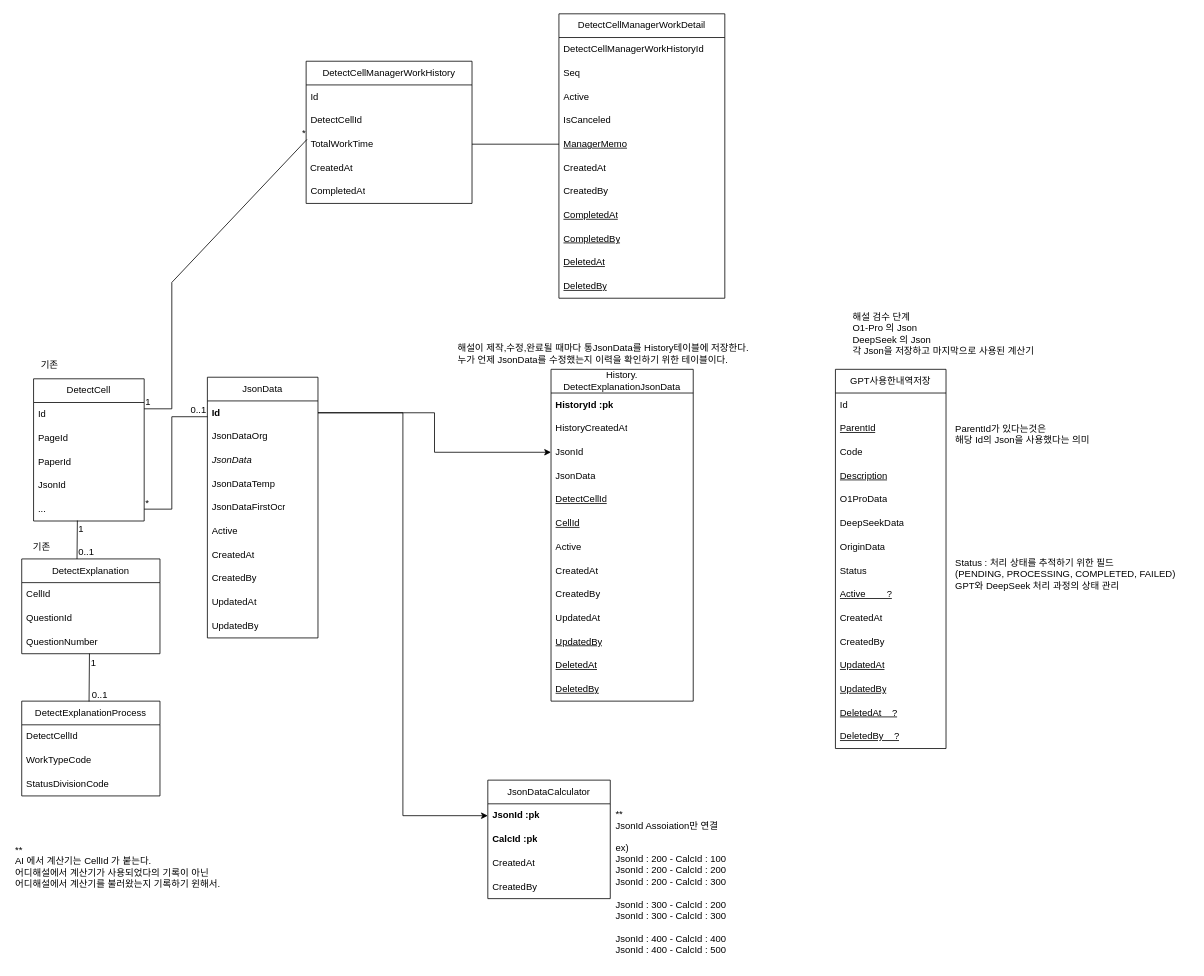
hyeonzx/Explanation_Calculator keeps this draw.io diagram as 해설계산기.drawio. Above is the earlier version. Source tidied: cells renumbered, new cells numbered last; positions are measured from the earlier drawing's top-left corner, leaving out a move shared by most shapes. Both pictures are drawn from the tidied source at 79%, with x=0, y=0 at pixel (13, 13).
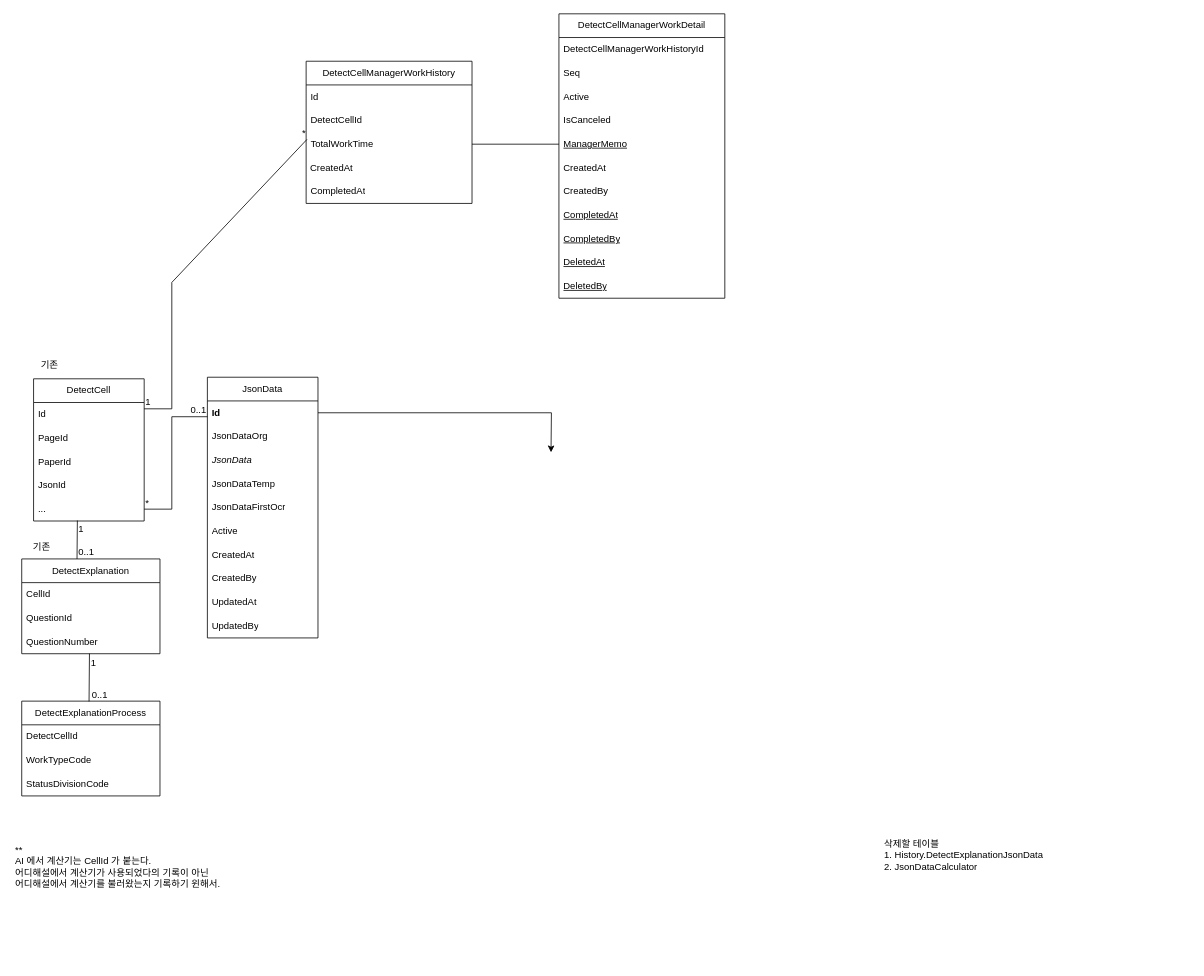
The same page after the edit.

Commit message:
해설작업현황표

Unchanged cells that the change refers to:
```xml
<mxCell id="8" value="&lt;b&gt;Id&lt;/b&gt;" style="text;strokeColor=none;fillColor=none;align=left;verticalAlign=middle;spacingLeft=4;spacingRight=4;overflow=hidden;points=[[0,0.5],[1,0.5]];portConstraint=eastwest;whiteSpace=wrap;html=1;" parent="7" vertex="1">
  <mxGeometry y="30" width="140" height="30" as="geometry" />
</mxCell>
```

The edit, as a diff of the source:
```diff
@@
-    <mxCell id="2" value="JsonDataCalculator" style="swimlane;fontStyle=0;horizontal=1;startSize=30;whiteSpace=wrap;html=1;" parent="1" vertex="1">
-      <mxGeometry x="600" y="970" width="155" height="150" as="geometry" />
-    </mxCell>
-    <mxCell id="3" value="&lt;b&gt;JsonId :pk&lt;/b&gt;" style="text;strokeColor=none;fillColor=none;align=left;verticalAlign=middle;spacingLeft=4;spacingRight=4;overflow=hidden;points=[[0,0.5],[1,0.5]];portConstraint=eastwest;whiteSpace=wrap;html=1;" parent="2" vertex="1">
-      <mxGeometry y="30" width="155" height="30" as="geometry" />
-    </mxCell>
-    <mxCell id="4" value="&lt;b&gt;CalcId :pk&lt;/b&gt;" style="text;strokeColor=none;fillColor=none;align=left;verticalAlign=middle;spacingLeft=4;spacingRight=4;overflow=hidden;whiteSpace=wrap;html=1;" parent="2" vertex="1">
-      <mxGeometry y="60" width="155" height="30" as="geometry" />
-    </mxCell>
-    <mxCell id="5" value="CreatedAt" style="text;strokeColor=none;fillColor=none;align=left;verticalAlign=middle;spacingLeft=4;spacingRight=4;overflow=hidden;whiteSpace=wrap;html=1;" parent="2" vertex="1">
-      <mxGeometry y="90" width="155" height="30" as="geometry" />
-    </mxCell>
-    <mxCell id="6" value="CreatedBy" style="text;strokeColor=none;fillColor=none;align=left;verticalAlign=middle;spacingLeft=4;spacingRight=4;overflow=hidden;whiteSpace=wrap;html=1;" parent="2" vertex="1">
-      <mxGeometry y="120" width="155" height="30" as="geometry" />
-    </mxCell>
@@
-    <mxCell id="24" value="History.&lt;div&gt;DetectExplanationJsonData&lt;/div&gt;" style="swimlane;fontStyle=0;horizontal=1;startSize=30;whiteSpace=wrap;html=1;" parent="1" vertex="1">
-      <mxGeometry x="680" y="450" width="180" height="420" as="geometry" />
-    </mxCell>
-    <mxCell id="25" value="&lt;b&gt;HistoryId :pk&lt;/b&gt;" style="text;strokeColor=none;fillColor=none;align=left;verticalAlign=middle;spacingLeft=4;spacingRight=4;overflow=hidden;whiteSpace=wrap;html=1;" parent="24" vertex="1">
-      <mxGeometry y="30" width="180" height="30" as="geometry" />
-    </mxCell>
-    <mxCell id="26" value="HistoryCreatedAt" style="text;strokeColor=none;fillColor=none;align=left;verticalAlign=middle;spacingLeft=4;spacingRight=4;overflow=hidden;whiteSpace=wrap;html=1;" parent="24" vertex="1">
-      <mxGeometry y="60" width="180" height="30" as="geometry" />
-    </mxCell>
-    <mxCell id="27" value="JsonId" style="text;strokeColor=none;fillColor=none;align=left;verticalAlign=middle;spacingLeft=4;spacingRight=4;overflow=hidden;points=[[0,0.5],[1,0.5]];portConstraint=eastwest;whiteSpace=wrap;html=1;" parent="24" vertex="1">
-      <mxGeometry y="90" width="180" height="30" as="geometry" />
-    </mxCell>
-    <mxCell id="28" value="JsonData" style="text;strokeColor=none;fillColor=none;align=left;verticalAlign=middle;spacingLeft=4;spacingRight=4;overflow=hidden;whiteSpace=wrap;html=1;" parent="24" vertex="1">
-      <mxGeometry y="120" width="180" height="30" as="geometry" />
-    </mxCell>
-    <mxCell id="29" value="&lt;u&gt;DetectCellId&lt;/u&gt;" style="text;strokeColor=none;fillColor=none;align=left;verticalAlign=middle;spacingLeft=4;spacingRight=4;overflow=hidden;whiteSpace=wrap;html=1;" parent="24" vertex="1">
-      <mxGeometry y="150" width="180" height="30" as="geometry" />
-    </mxCell>
-    <mxCell id="30" value="&lt;u&gt;CellId&lt;/u&gt;" style="text;strokeColor=none;fillColor=none;align=left;verticalAlign=middle;spacingLeft=4;spacingRight=4;overflow=hidden;whiteSpace=wrap;html=1;" parent="24" vertex="1">
-      <mxGeometry y="180" width="180" height="30" as="geometry" />
-    </mxCell>
-    <mxCell id="31" value="Active" style="text;strokeColor=none;fillColor=none;align=left;verticalAlign=middle;spacingLeft=4;spacingRight=4;overflow=hidden;whiteSpace=wrap;html=1;" parent="24" vertex="1">
-      <mxGeometry y="210" width="180" height="30" as="geometry" />
-    </mxCell>
-    <mxCell id="32" value="CreatedAt" style="text;strokeColor=none;fillColor=none;align=left;verticalAlign=middle;spacingLeft=4;spacingRight=4;overflow=hidden;whiteSpace=wrap;html=1;" parent="24" vertex="1">
-      <mxGeometry y="240" width="180" height="30" as="geometry" />
-    </mxCell>
-    <mxCell id="33" value="CreatedBy" style="text;strokeColor=none;fillColor=none;align=left;verticalAlign=middle;spacingLeft=4;spacingRight=4;overflow=hidden;whiteSpace=wrap;html=1;" parent="24" vertex="1">
-      <mxGeometry y="270" width="180" height="30" as="geometry" />
-    </mxCell>
-    <mxCell id="34" value="UpdatedAt" style="text;strokeColor=none;fillColor=none;align=left;verticalAlign=middle;spacingLeft=4;spacingRight=4;overflow=hidden;whiteSpace=wrap;html=1;" parent="24" vertex="1">
-      <mxGeometry y="300" width="180" height="30" as="geometry" />
-    </mxCell>
-    <mxCell id="35" value="&lt;u&gt;UpdatedBy&lt;/u&gt;" style="text;strokeColor=none;fillColor=none;align=left;verticalAlign=middle;spacingLeft=4;spacingRight=4;overflow=hidden;whiteSpace=wrap;html=1;" parent="24" vertex="1">
-      <mxGeometry y="330" width="180" height="30" as="geometry" />
-    </mxCell>
-    <mxCell id="36" value="&lt;u&gt;DeletedAt&lt;/u&gt;" style="text;strokeColor=none;fillColor=none;align=left;verticalAlign=middle;spacingLeft=4;spacingRight=4;overflow=hidden;whiteSpace=wrap;html=1;" parent="24" vertex="1">
-      <mxGeometry y="360" width="180" height="30" as="geometry" />
-    </mxCell>
-    <mxCell id="37" value="&lt;u&gt;DeletedBy&lt;/u&gt;" style="text;strokeColor=none;fillColor=none;align=left;verticalAlign=middle;spacingLeft=4;spacingRight=4;overflow=hidden;whiteSpace=wrap;html=1;" parent="24" vertex="1">
-      <mxGeometry y="390" width="180" height="30" as="geometry" />
-    </mxCell>
@@
-    <mxCell id="39" style="edgeStyle=orthogonalEdgeStyle;rounded=0;jettySize=auto;html=1;exitX=1;exitY=0.5;exitDx=0;exitDy=0;entryX=0;entryY=0.5;entryDx=0;entryDy=0;" parent="1" edge="1" source="8" target="27">
-      <mxGeometry relative="1" as="geometry" />
+    <mxCell id="39" style="edgeStyle=orthogonalEdgeStyle;rounded=0;jettySize=auto;html=1;exitX=1;exitY=0.5;exitDx=0;exitDy=0;entryX=0;entryY=0.5;entryDx=0;entryDy=0;" parent="1" edge="1" source="8">
+      <mxGeometry relative="1" as="geometry">
+        <mxPoint x="680" y="555" as="targetPoint" />
+      </mxGeometry>
     </mxCell>
-    <mxCell id="40" value="해설이 제작,수정,완료될 때마다 통JsonData를 History테이블에 저장한다.&lt;br&gt;누가 언제 JsonData를 수정했는지 이력을 확인하기 위한 테이블이다." style="text;html=1;align=left;verticalAlign=middle;strokeColor=none;fillColor=none;" parent="1" vertex="1">
-      <mxGeometry x="560" y="410" width="410" height="40" as="geometry" />
-    </mxCell>
-    <mxCell id="41" style="edgeStyle=orthogonalEdgeStyle;rounded=0;jettySize=auto;html=1;exitX=1;exitY=0.5;exitDx=0;exitDy=0;entryX=0;entryY=0.5;entryDx=0;entryDy=0;" parent="1" edge="1" source="8" target="3">
-      <mxGeometry relative="1" as="geometry" />
-    </mxCell>
-    <mxCell id="42" value="&lt;div&gt;&lt;div&gt;ex)&lt;/div&gt;&lt;div&gt;JsonId : 200 - CalcId : 100&lt;/div&gt;&lt;div&gt;JsonId : 200 - CalcId : 200&lt;/div&gt;&lt;div&gt;JsonId : 200 - CalcId : 300&lt;/div&gt;&lt;div&gt;&amp;nbsp; &amp;nbsp; &amp;nbsp; &amp;nbsp; &amp;nbsp;&lt;/div&gt;&lt;div&gt;JsonId : 300 - CalcId : 200&lt;/div&gt;&lt;div&gt;JsonId : 300 - CalcId : 300&lt;/div&gt;&lt;div&gt;&amp;nbsp; &amp;nbsp; &amp;nbsp;&lt;/div&gt;&lt;div&gt;JsonId : 400 - CalcId : 400&lt;/div&gt;&lt;div&gt;JsonId : 400 - CalcId : 500&lt;/div&gt;&lt;/div&gt;" style="text;html=1;align=left;verticalAlign=middle;strokeColor=none;fillColor=none;" parent="1" vertex="1">
-      <mxGeometry x="760" y="1040" width="160" height="160" as="geometry" />
-    </mxCell>
@@
-    <mxCell id="84" value="**&lt;div&gt;JsonId Assoiation만 연결&lt;/div&gt;" style="text;html=1;align=left;verticalAlign=middle;strokeColor=none;fillColor=none;" parent="1" vertex="1">
-      <mxGeometry x="760" y="1000" width="160" height="40" as="geometry" />
-    </mxCell>
-    <mxCell id="85" value="GPT사용한내역저장" style="swimlane;fontStyle=0;horizontal=1;startSize=30;whiteSpace=wrap;html=1;" parent="1" vertex="1">
-      <mxGeometry x="1040" y="450" width="140" height="480" as="geometry" />
-    </mxCell>
-    <mxCell id="86" value="Id" style="text;strokeColor=none;fillColor=none;align=left;verticalAlign=middle;spacingLeft=4;spacingRight=4;overflow=hidden;whiteSpace=wrap;html=1;" parent="85" vertex="1">
-      <mxGeometry y="30" width="140" height="30" as="geometry" />
-    </mxCell>
-    <mxCell id="87" value="&lt;u&gt;ParentId&lt;/u&gt;" style="text;strokeColor=none;fillColor=none;align=left;verticalAlign=middle;spacingLeft=4;spacingRight=4;overflow=hidden;whiteSpace=wrap;html=1;" parent="85" vertex="1">
-      <mxGeometry y="60" width="140" height="30" as="geometry" />
-    </mxCell>
-    <mxCell id="88" value="Code" style="text;strokeColor=none;fillColor=none;align=left;verticalAlign=middle;spacingLeft=4;spacingRight=4;overflow=hidden;whiteSpace=wrap;html=1;" parent="85" vertex="1">
-      <mxGeometry y="90" width="140" height="30" as="geometry" />
-    </mxCell>
-    <mxCell id="89" value="&lt;u&gt;Description&lt;/u&gt;" style="text;strokeColor=none;fillColor=none;align=left;verticalAlign=middle;spacingLeft=4;spacingRight=4;overflow=hidden;whiteSpace=wrap;html=1;" parent="85" vertex="1">
-      <mxGeometry y="120" width="140" height="30" as="geometry" />
-    </mxCell>
-    <mxCell id="90" value="O1ProData" style="text;strokeColor=none;fillColor=none;align=left;verticalAlign=middle;spacingLeft=4;spacingRight=4;overflow=hidden;whiteSpace=wrap;html=1;" parent="85" vertex="1">
-      <mxGeometry y="150" width="140" height="30" as="geometry" />
-    </mxCell>
-    <mxCell id="91" value="DeepSeekData" style="text;strokeColor=none;fillColor=none;align=left;verticalAlign=middle;spacingLeft=4;spacingRight=4;overflow=hidden;whiteSpace=wrap;html=1;" parent="85" vertex="1">
-      <mxGeometry y="180" width="140" height="30" as="geometry" />
-    </mxCell>
-    <mxCell id="92" value="OriginData" style="text;strokeColor=none;fillColor=none;align=left;verticalAlign=middle;spacingLeft=4;spacingRight=4;overflow=hidden;whiteSpace=wrap;html=1;" parent="85" vertex="1">
-      <mxGeometry y="210" width="140" height="30" as="geometry" />
-    </mxCell>
-    <mxCell id="93" value="Status" style="text;strokeColor=none;fillColor=none;align=left;verticalAlign=middle;spacingLeft=4;spacingRight=4;overflow=hidden;whiteSpace=wrap;html=1;" parent="85" vertex="1">
-      <mxGeometry y="240" width="140" height="30" as="geometry" />
-    </mxCell>
-    <mxCell id="94" value="&lt;u&gt;Active&amp;nbsp; &amp;nbsp; &amp;nbsp; &amp;nbsp; ?&lt;/u&gt;" style="text;strokeColor=none;fillColor=none;align=left;verticalAlign=middle;spacingLeft=4;spacingRight=4;overflow=hidden;whiteSpace=wrap;html=1;" parent="85" vertex="1">
-      <mxGeometry y="270" width="140" height="30" as="geometry" />
-    </mxCell>
-    <mxCell id="95" value="CreatedAt" style="text;strokeColor=none;fillColor=none;align=left;verticalAlign=middle;spacingLeft=4;spacingRight=4;overflow=hidden;whiteSpace=wrap;html=1;" parent="85" vertex="1">
-      <mxGeometry y="300" width="140" height="30" as="geometry" />
-    </mxCell>
-    <mxCell id="96" value="CreatedBy" style="text;strokeColor=none;fillColor=none;align=left;verticalAlign=middle;spacingLeft=4;spacingRight=4;overflow=hidden;whiteSpace=wrap;html=1;" parent="85" vertex="1">
-      <mxGeometry y="330" width="140" height="30" as="geometry" />
-    </mxCell>
-    <mxCell id="97" value="&lt;u&gt;UpdatedAt&lt;/u&gt;" style="text;strokeColor=none;fillColor=none;align=left;verticalAlign=middle;spacingLeft=4;spacingRight=4;overflow=hidden;whiteSpace=wrap;html=1;" parent="85" vertex="1">
-      <mxGeometry y="360" width="140" height="30" as="geometry" />
-    </mxCell>
-    <mxCell id="98" value="&lt;u&gt;UpdatedBy&lt;/u&gt;" style="text;strokeColor=none;fillColor=none;align=left;verticalAlign=middle;spacingLeft=4;spacingRight=4;overflow=hidden;whiteSpace=wrap;html=1;" parent="85" vertex="1">
-      <mxGeometry y="390" width="140" height="30" as="geometry" />
-    </mxCell>
-    <mxCell id="99" value="&lt;u style=&quot;&quot;&gt;DeletedAt&amp;nbsp; &amp;nbsp; ?&lt;/u&gt;" style="text;strokeColor=none;fillColor=none;align=left;verticalAlign=middle;spacingLeft=4;spacingRight=4;overflow=hidden;whiteSpace=wrap;html=1;" parent="85" vertex="1">
-      <mxGeometry y="420" width="140" height="30" as="geometry" />
-    </mxCell>
-    <mxCell id="100" value="&lt;u&gt;DeletedBy&amp;nbsp; &amp;nbsp; ?&lt;/u&gt;" style="text;strokeColor=none;fillColor=none;align=left;verticalAlign=middle;spacingLeft=4;spacingRight=4;overflow=hidden;whiteSpace=wrap;html=1;" parent="85" vertex="1">
-      <mxGeometry y="450" width="140" height="30" as="geometry" />
-    </mxCell>
-    <mxCell id="101" value="해설 검수 단계&lt;div&gt;O1-Pro 의 Json&lt;/div&gt;&lt;div&gt;DeepSeek 의 Json&lt;/div&gt;&lt;div&gt;각 Json을 저장하고 마지막으로 사용된 계산기&lt;/div&gt;" style="text;html=1;align=left;verticalAlign=middle;strokeColor=none;fillColor=none;" parent="1" vertex="1">
-      <mxGeometry x="1060" y="370" width="270" height="70" as="geometry" />
-    </mxCell>
-    <mxCell id="102" value="ParentId가 있다는것은&amp;nbsp;&lt;div&gt;&lt;div style=&quot;&quot;&gt;&lt;span style=&quot;background-color: transparent; color: light-dark(rgb(0, 0, 0), rgb(255, 255, 255));&quot;&gt;해당 Id의 Json을 사용했다는 의미&lt;/span&gt;&lt;/div&gt;&lt;div&gt;&lt;br&gt;&lt;/div&gt;&lt;/div&gt;" style="text;html=1;align=left;verticalAlign=middle;strokeColor=none;fillColor=none;" parent="1" vertex="1">
-      <mxGeometry x="1190" y="510" width="200" height="60" as="geometry" />
-    </mxCell>
-    <mxCell id="103" value="Status : 처리 상태를 추적하기 위한 필드&lt;div&gt;(PENDING, PROCESSING, COMPLETED, FAILED)&lt;/div&gt;&lt;div&gt;GPT와 DeepSeek 처리 과정의 상태 관리&lt;/div&gt;" style="text;html=1;align=left;verticalAlign=middle;strokeColor=none;fillColor=none;" parent="1" vertex="1">
-      <mxGeometry x="1190" y="679" width="300" height="60" as="geometry" />
-    </mxCell>
+    <mxCell id="104" value="삭제할 테이블&lt;br&gt;1. History.&lt;span style=&quot;background-color: transparent; color: light-dark(rgb(0, 0, 0), rgb(255, 255, 255));&quot;&gt;DetectExplanationJsonData&lt;/span&gt;&lt;div&gt;2.&amp;nbsp;&lt;span style=&quot;background-color: transparent; color: light-dark(rgb(0, 0, 0), rgb(255, 255, 255));&quot;&gt;JsonDataCalculator&lt;/span&gt;&lt;span style=&quot;background-color: transparent; color: light-dark(rgb(0, 0, 0), rgb(255, 255, 255));&quot;&gt;&amp;nbsp;&lt;/span&gt;&lt;/div&gt;" style="text;html=1;align=left;verticalAlign=middle;whiteSpace=wrap;rounded=0;" parent="1" vertex="1">
+      <mxGeometry x="1100" y="1050" width="320" height="30" as="geometry" />
+    </mxCell>
```
